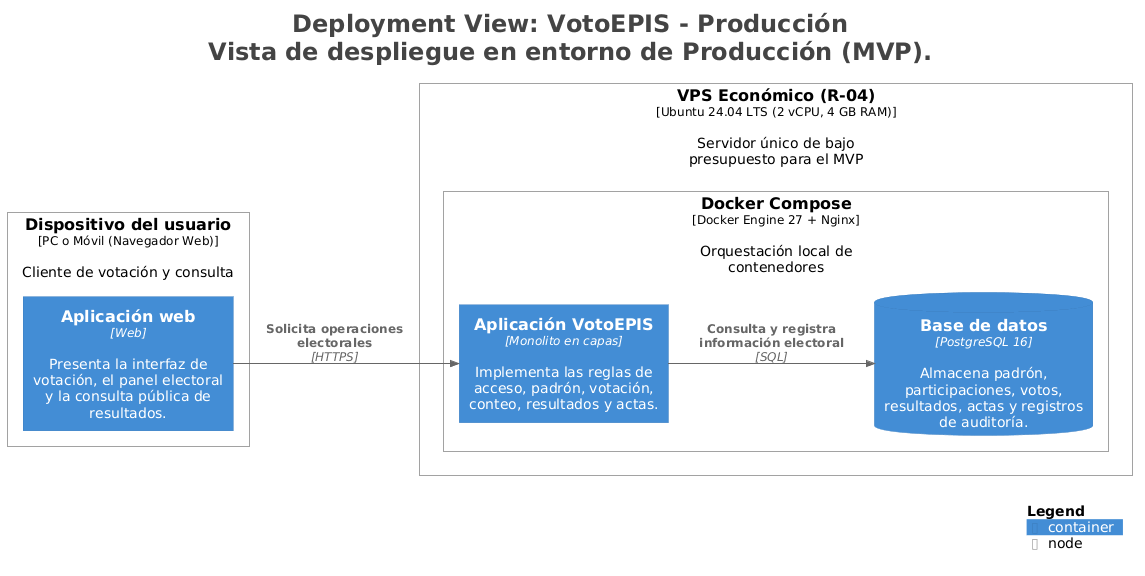
Before: docs/architecture/c4/img/structurizr-Despliegue.png, a diagram exported from PlantUML (JoseMorocco/cs-2026b-lab04-grupo-b-votoepis).
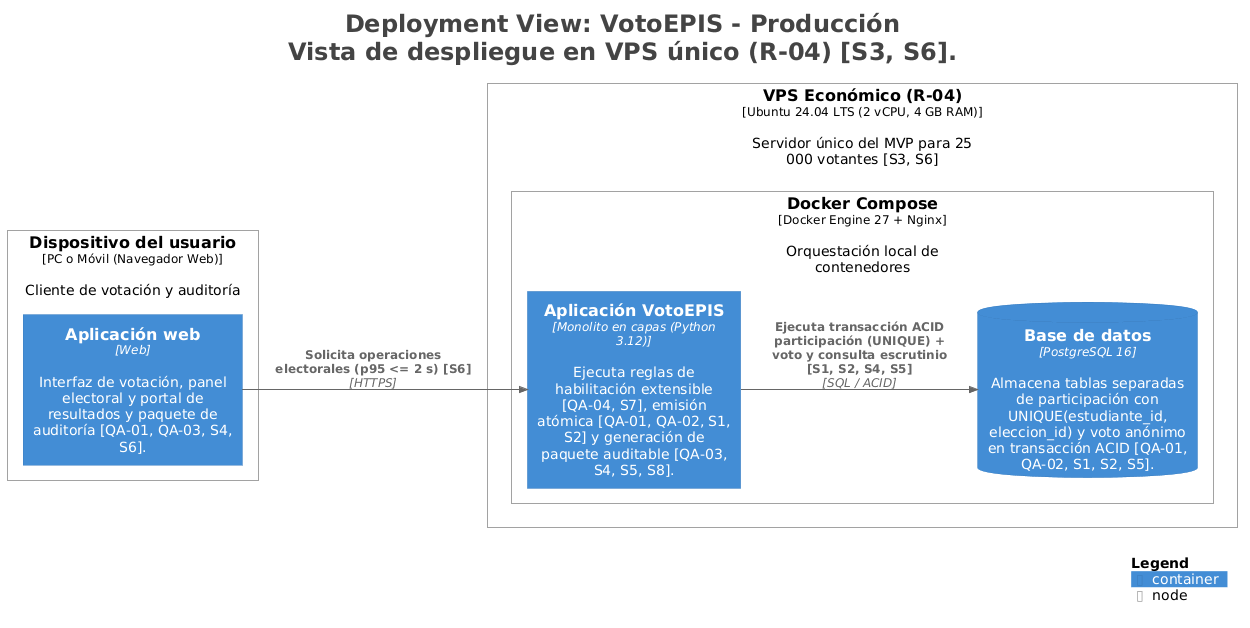
Later version of the same file.

The edit, as a diff of the source:
```diff
@@ -1,5 +1,5 @@
 @startuml
-title <size:24>Deployment View: VotoEPIS - Producción</size>\n<size:24>Vista de despliegue en entorno de Producción (MVP).</size>
+title <size:24>Deployment View: VotoEPIS - Producción</size>\n<size:24>Vista de despliegue en VPS único (R-04) [S3, S6].</size>
 
 set separator none
 left to right direction
@@ -16,20 +16,20 @@
 !include <C4/C4_Container>
 !include <C4/C4_Deployment>
 
-Deployment_Node(Producción.Dispositivodelusuario, "Dispositivo del usuario", $type="PC o Móvil (Navegador Web)", $descr="Cliente de votación y consulta", $tags="", $link="") {
-  Container(Producción.Dispositivodelusuario.Aplicaciónweb_1, "Aplicación web", $techn="Web", $descr="Presenta la interfaz de votación, el panel electoral y la consulta pública de resultados.", $tags="", $link="")
+Deployment_Node(Producción.Dispositivodelusuario, "Dispositivo del usuario", $type="PC o Móvil (Navegador Web)", $descr="Cliente de votación y auditoría", $tags="", $link="") {
+  Container(Producción.Dispositivodelusuario.Aplicaciónweb_1, "Aplicación web", $techn="Web", $descr="Interfaz de votación, panel electoral y portal de resultados y paquete de auditoría [QA-01, QA-03, S4, S6].", $tags="", $link="")
 }
 
-Deployment_Node(Producción.VPSEconómicoR04, "VPS Económico (R-04)", $type="Ubuntu 24.04 LTS (2 vCPU, 4 GB RAM)", $descr="Servidor único de bajo presupuesto para el MVP", $tags="", $link="") {
+Deployment_Node(Producción.VPSEconómicoR04, "VPS Económico (R-04)", $type="Ubuntu 24.04 LTS (2 vCPU, 4 GB RAM)", $descr="Servidor único del MVP para 25 000 votantes [S3, S6]", $tags="", $link="") {
   Deployment_Node(Producción.VPSEconómicoR04.DockerCompose, "Docker Compose", $type="Docker Engine 27 + Nginx", $descr="Orquestación local de contenedores", $tags="", $link="") {
-    Container(Producción.VPSEconómicoR04.DockerCompose.AplicaciónVotoEPIS_1, "Aplicación VotoEPIS", $techn="Monolito en capas", $descr="Implementa las reglas de acceso, padrón, votación, conteo, resultados y actas.", $tags="", $link="")
-    ContainerDb(Producción.VPSEconómicoR04.DockerCompose.Basededatos_1, "Base de datos", $techn="PostgreSQL 16", $descr="Almacena padrón, participaciones, votos, resultados, actas y registros de auditoría.", $tags="", $link="")
+    Container(Producción.VPSEconómicoR04.DockerCompose.AplicaciónVotoEPIS_1, "Aplicación VotoEPIS", $techn="Monolito en capas (Python 3.12)", $descr="Ejecuta reglas de habilitación extensible [QA-04, S7], emisión atómica [QA-01, QA-02, S1, S2] y generación de paquete auditable [QA-03, S4, S5, S8].", $tags="", $link="")
+    ContainerDb(Producción.VPSEconómicoR04.DockerCompose.Basededatos_1, "Base de datos", $techn="PostgreSQL 16", $descr="Almacena tablas separadas de participación con UNIQUE(estudiante_id, eleccion_id) y voto anónimo en transacción ACID [QA-01, QA-02, S1, S2, S5].", $tags="", $link="")
   }
 
 }
 
-Rel(Producción.Dispositivodelusuario.Aplicaciónweb_1, Producción.VPSEconómicoR04.DockerCompose.AplicaciónVotoEPIS_1, "Solicita operaciones electorales", $techn="HTTPS", $tags="", $link="")
-Rel(Producción.VPSEconómicoR04.DockerCompose.AplicaciónVotoEPIS_1, Producción.VPSEconómicoR04.DockerCompose.Basededatos_1, "Consulta y registra información electoral", $techn="SQL", $tags="", $link="")
+Rel(Producción.Dispositivodelusuario.Aplicaciónweb_1, Producción.VPSEconómicoR04.DockerCompose.AplicaciónVotoEPIS_1, "Solicita operaciones electorales (p95 <= 2 s) [S6]", $techn="HTTPS", $tags="", $link="")
+Rel(Producción.VPSEconómicoR04.DockerCompose.AplicaciónVotoEPIS_1, Producción.VPSEconómicoR04.DockerCompose.Basededatos_1, "Ejecuta transacción ACID participación (UNIQUE) + voto y consulta escrutinio [S1, S2, S4, S5]", $techn="SQL / ACID", $tags="", $link="")
 
 SHOW_LEGEND(true)
 hide stereotypes
```
